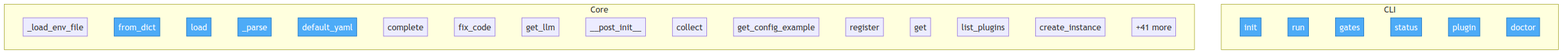
semcod/pyqual keeps this Mermaid diagram as project/flow.png. Above is the earlier version. Its source is kept beside it as project/flow.mmd.
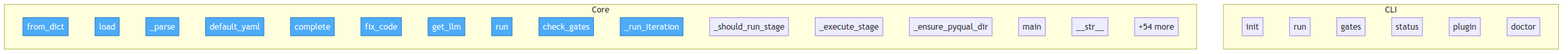
Later version of the same file.

Change to the diagram source:
```diff
@@ -12,7 +12,6 @@
     end
 
     subgraph Core
-        pyqual__config___load_env_file["_load_env_file"]
         pyqual__config__GateConfig__from_dict["from_dict"]
         pyqual__config__PyqualConfig__load["load"]
         pyqual__config__PyqualConfig___parse["_parse"]
@@ -20,14 +19,15 @@
         pyqual__llm__LLM__complete["complete"]
         pyqual__llm__LLM__fix_code["fix_code"]
         pyqual__llm__get_llm["get_llm"]
-        pyqual__plugins__PluginMetadata____post_init__["__post_init__"]
-        pyqual__plugins__MetricCollector__collect["collect"]
-        pyqual__plugins__MetricCollector__get_config_example["get_config_example"]
-        pyqual__plugins__PluginRegistry__register["register"]
-        pyqual__plugins__PluginRegistry__get["get"]
-        pyqual__plugins__PluginRegistry__list_plugins["list_plugins"]
-        pyqual__plugins__PluginRegistry__create_instance["create_instance"]
-        ...["+41 more"]
+        pyqual__pipeline__Pipeline__run["run"]
+        pyqual__pipeline__Pipeline__check_gates["check_gates"]
+        pyqual__pipeline__Pipeline___run_iteration["_run_iteration"]
+        pyqual__pipeline__Pipeline___should_run_stage["_should_run_stage"]
+        pyqual__pipeline__Pipeline___execute_stage["_execute_stage"]
+        pyqual__pipeline__Pipeline___ensure_pyqual_dir["_ensure_pyqual_dir"]
+        pyqual__integrations__llx_mcp_service__main["main"]
+        pyqual__gates__GateResult____str__["__str__"]
+        ...["+54 more"]
     end
 
-    class pyqual__cli__init,pyqual__cli__run,pyqual__cli__gates,pyqual__cli__status,pyqual__cli__plugin,pyqual__cli__doctor,pyqual__config__GateConfig__from_dict,pyqual__config__PyqualConfig__load,pyqual__config__PyqualConfig___parse,pyqual__config__PyqualConfig__default_yaml entry
+    class pyqual__config__GateConfig__from_dict,pyqual__config__PyqualConfig__load,pyqual__config__PyqualConfig___parse,pyqual__config__PyqualConfig__default_yaml,pyqual__llm__LLM__complete,pyqual__llm__LLM__fix_code,pyqual__llm__get_llm,pyqual__pipeline__Pipeline__run,pyqual__pipeline__Pipeline__check_gates,pyqual__pipeline__Pipeline___run_iteration entry
```
